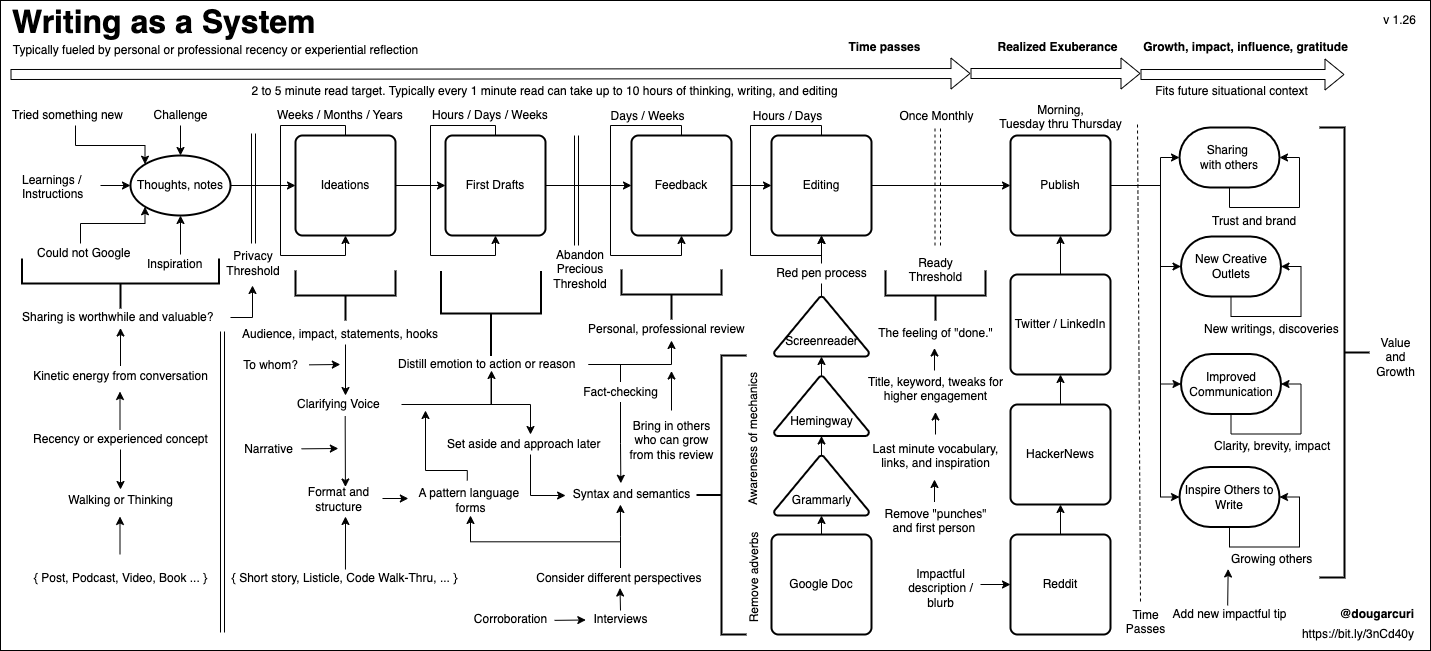
Above: mentoring/diagrams/blogging-process.png in solidi/learning-notes (draw.io), before the change. Source tidied: cells renumbered, new cells last; positions are measured from the earlier drawing's top-left corner, leaving out a move shared by most shapes.
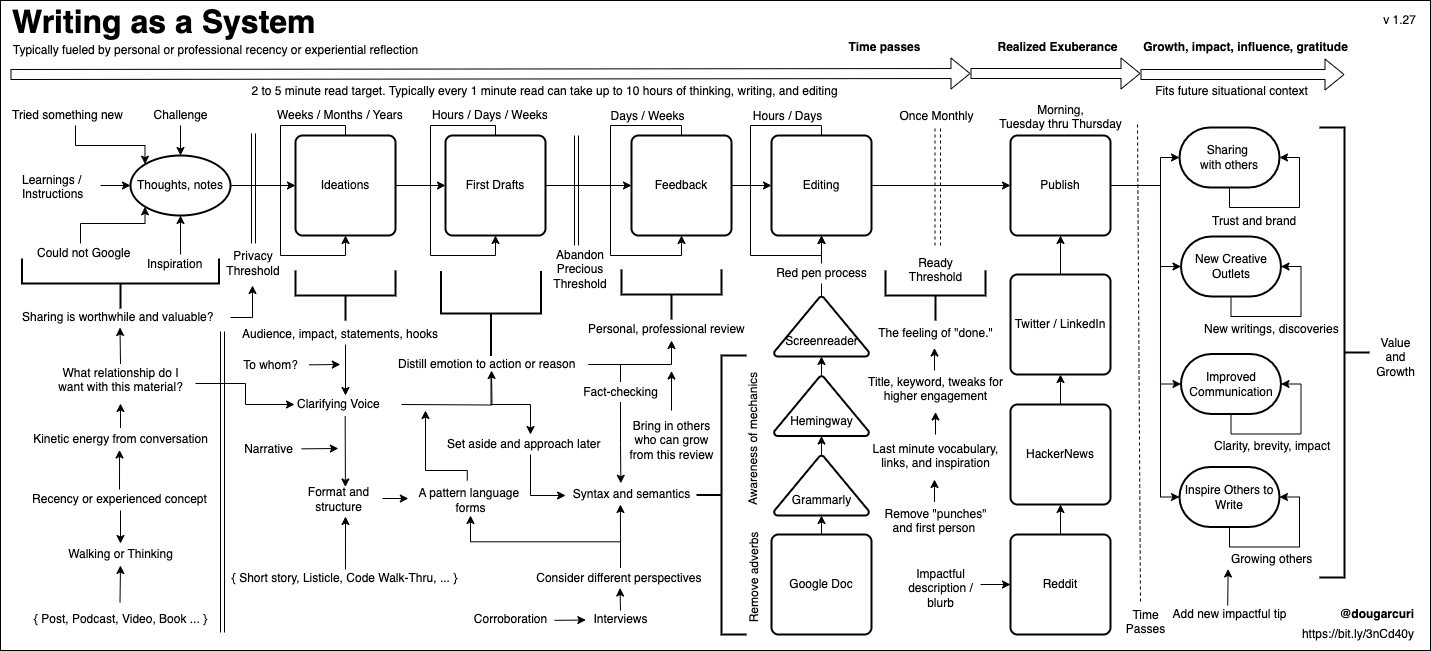
Above is the later version.

Commit message:
Add what relationship I want with this material

Change to the diagram source:
```diff
@@ -481,31 +481,27 @@
       </mxGeometry>
     </mxCell>
     <mxCell id="118" value="Kinetic energy from conversation" style="text;html=1;points=[];align=center;verticalAlign=top;spacingTop=-4;" parent="1" vertex="1">
-      <mxGeometry x="25" y="365.5" width="190" height="20" as="geometry" />
+      <mxGeometry x="25" y="429" width="190" height="20" as="geometry" />
     </mxCell>
-    <mxCell id="119" style="edgeStyle=orthogonalEdgeStyle;rounded=0;orthogonalLoop=1;jettySize=auto;html=1;exitX=0.5;exitY=0;exitDx=0;exitDy=0;entryX=0.5;entryY=1;entryDx=0;entryDy=0;" parent="1" edge="1">
-      <mxGeometry relative="1" as="geometry">
-        <mxPoint x="120" y="365.5" as="sourcePoint" />
-        <mxPoint x="120" y="327.5" as="targetPoint" />
-      </mxGeometry>
+    <mxCell id="119" style="edgeStyle=orthogonalEdgeStyle;rounded=0;jettySize=auto;html=1;exitX=0.5;exitY=-0.075;exitDx=0;exitDy=0;exitPerimeter=0;entryX=0.5;entryY=1;entryDx=0;entryDy=0;entryPerimeter=0;" parent="1" edge="1" source="118" target="155">
+      <mxGeometry relative="1" as="geometry" />
     </mxCell>
-    <mxCell id="120" value="v 1.26" style="text;html=1;align=center;verticalAlign=middle;" parent="1" vertex="1">
+    <mxCell id="120" value="v 1.27" style="text;html=1;align=center;verticalAlign=middle;" parent="1" vertex="1">
       <mxGeometry x="1369" y="5" width="60" height="30" as="geometry" />
     </mxCell>
     <mxCell id="121" value="Morning,&lt;br&gt;Tuesday thru Thursday" style="text;html=1;align=center;verticalAlign=top;spacingTop=-4;" parent="1" vertex="1">
       <mxGeometry x="990" y="100" width="140" height="30" as="geometry" />
     </mxCell>
-    <mxCell id="122" style="edgeStyle=orthogonalEdgeStyle;rounded=0;jettySize=auto;html=1;entryX=0.5;entryY=-0.05;entryDx=0;entryDy=0;entryPerimeter=0;" parent="1" edge="1" source="123" target="132">
-      <mxGeometry relative="1" as="geometry" />
+    <mxCell id="122" style="edgeStyle=orthogonalEdgeStyle;rounded=0;jettySize=auto;html=1;entryX=0.5;entryY=-0.05;entryDx=0;entryDy=0;entryPerimeter=0;" parent="1" edge="1" target="132">
+      <mxGeometry relative="1" as="geometry">
+        <mxPoint x="120" y="510" as="sourcePoint" />
+      </mxGeometry>
     </mxCell>
     <mxCell id="123" value="Recency or experienced concept" style="text;html=1;points=[];align=center;verticalAlign=top;spacingTop=-4;" parent="1" vertex="1">
-      <mxGeometry x="25" y="429" width="190" height="20" as="geometry" />
+      <mxGeometry x="24" y="489" width="190" height="20" as="geometry" />
     </mxCell>
-    <mxCell id="124" style="edgeStyle=orthogonalEdgeStyle;rounded=0;orthogonalLoop=1;jettySize=auto;html=1;exitX=0.5;exitY=0;exitDx=0;exitDy=0;entryX=0.5;entryY=1;entryDx=0;entryDy=0;" parent="1" edge="1">
-      <mxGeometry relative="1" as="geometry">
-        <mxPoint x="119.5" y="429" as="sourcePoint" />
-        <mxPoint x="119.5" y="391" as="targetPoint" />
-      </mxGeometry>
+    <mxCell id="124" style="edgeStyle=orthogonalEdgeStyle;rounded=0;jettySize=auto;html=1;exitX=0.5;exitY=0;exitDx=0;exitDy=0;entryX=0.495;entryY=1.025;entryDx=0;entryDy=0;entryPerimeter=0;exitPerimeter=0;" parent="1" edge="1" source="123" target="118">
+      <mxGeometry relative="1" as="geometry" />
     </mxCell>
     <mxCell id="125" value="Add new impactful tip" style="text;html=1;points=[];align=center;verticalAlign=top;spacingTop=-4;" parent="1" vertex="1">
       <mxGeometry x="1164" y="604" width="130" height="20" as="geometry" />
@@ -540,15 +536,14 @@
       </mxGeometry>
     </mxCell>
     <mxCell id="132" value="Walking or Thinking" style="text;html=1;align=center;verticalAlign=middle;points=[];" parent="1" vertex="1">
-      <mxGeometry x="60" y="490" width="120" height="20" as="geometry" />
+      <mxGeometry x="60" y="544" width="120" height="20" as="geometry" />
     </mxCell>
     <mxCell id="133" value="{ Post, Podcast, Video, Book ... }" style="text;html=1;align=center;verticalAlign=middle;" parent="1" vertex="1">
-      <mxGeometry x="25" y="567.5" width="190" height="20" as="geometry" />
+      <mxGeometry x="25" y="609" width="190" height="20" as="geometry" />
     </mxCell>
-    <mxCell id="134" style="edgeStyle=orthogonalEdgeStyle;rounded=0;orthogonalLoop=1;jettySize=auto;html=1;exitX=0.5;exitY=0;exitDx=0;exitDy=0;entryX=0.5;entryY=1;entryDx=0;entryDy=0;" parent="1" edge="1">
+    <mxCell id="134" style="edgeStyle=orthogonalEdgeStyle;rounded=0;jettySize=auto;html=1;exitX=0.5;exitY=0;exitDx=0;exitDy=0;entryX=0.5;entryY=1.05;entryDx=0;entryDy=0;entryPerimeter=0;" parent="1" edge="1" target="132">
       <mxGeometry relative="1" as="geometry">
-        <mxPoint x="119.5" y="554" as="sourcePoint" />
-        <mxPoint x="119.5" y="516" as="targetPoint" />
+        <mxPoint x="119.5" y="602" as="sourcePoint" />
       </mxGeometry>
     </mxCell>
     <mxCell id="135" style="edgeStyle=orthogonalEdgeStyle;rounded=0;jettySize=auto;html=1;entryX=0.438;entryY=1;entryDx=0;entryDy=0;entryPerimeter=0;" parent="1" edge="1" source="137">
@@ -627,5 +622,16 @@
         <mxPoint x="934" y="479" as="targetPoint" />
       </mxGeometry>
     </mxCell>
+    <mxCell id="154" style="edgeStyle=orthogonalEdgeStyle;rounded=0;jettySize=auto;html=1;entryX=-0.01;entryY=0.5;entryDx=0;entryDy=0;entryPerimeter=0;" parent="1" edge="1" source="155" target="34">
+      <mxGeometry relative="1" as="geometry" />
+    </mxCell>
+    <mxCell id="155" value="What relationship do I&lt;br&gt;want with this material?" style="text;html=1;points=[];align=center;verticalAlign=top;spacingTop=-4;" parent="1" vertex="1">
+      <mxGeometry x="45" y="363" width="150" height="40" as="geometry" />
+    </mxCell>
+    <mxCell id="156" style="edgeStyle=orthogonalEdgeStyle;rounded=0;jettySize=auto;html=1;exitX=0.5;exitY=0.013;exitDx=0;exitDy=0;exitPerimeter=0;entryX=0.5;entryY=1;entryDx=0;entryDy=0;entryPerimeter=0;" parent="1" edge="1" source="155">
+      <mxGeometry relative="1" as="geometry">
+        <mxPoint x="119.5" y="327" as="targetPoint" />
+      </mxGeometry>
+    </mxCell>
   </root>
 </mxGraphModel>
```
